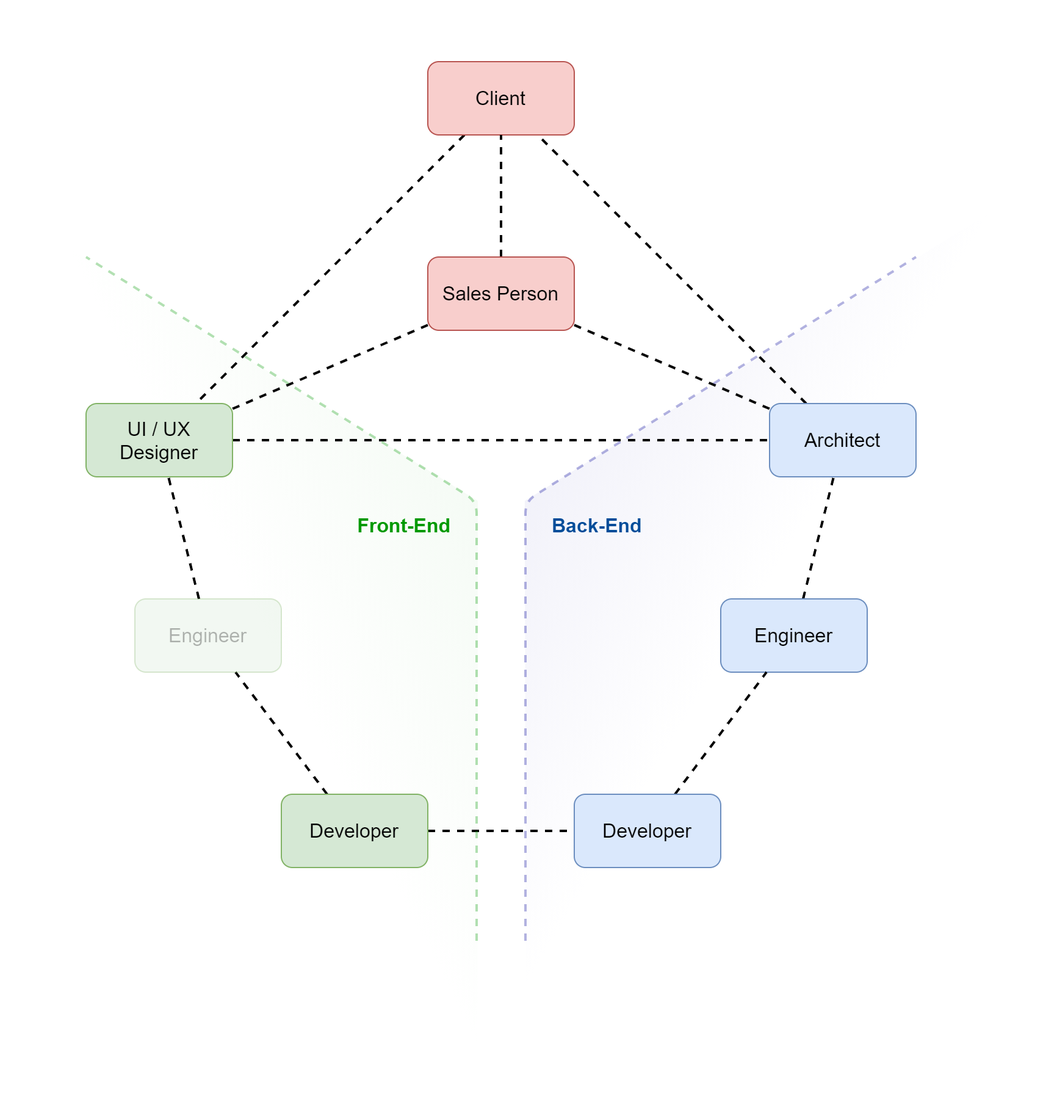
This is Backend & Frontend/relation.drawio.png from akinuri/notebook, a draw.io export, as it was before one commit. Source tidied: cells renumbered, new cells last; positions are measured from the earlier drawing's top-left corner, leaving out a move shared by most shapes. Its diagram source:
```xml
<mxGraphModel>
  <root>
    <mxCell id="0" />
    <mxCell id="1" parent="0" />
    <mxCell id="2" style="verticalLabelPosition=bottom;verticalAlign=top;html=1;shape=mxgraph.basic.acute_triangle;dx=0.46;fontSize=16;fontColor=#009900;opacity=5;rotation=-59;gradientColor=#ffffff;fillColor=#000099;strokeColor=none;" parent="1" vertex="1">
      <mxGeometry x="221" y="284" width="745" height="207.1" as="geometry" />
    </mxCell>
    <mxCell id="3" style="verticalLabelPosition=bottom;verticalAlign=top;html=1;shape=mxgraph.basic.acute_triangle;dx=0.46;fontSize=16;fontColor=#009900;opacity=4;rotation=62.8;gradientColor=#ffffff;strokeColor=none;flipV=0;flipH=0;fillColor=#009900;" parent="1" vertex="1">
      <mxGeometry y="330" width="745" height="207.1" as="geometry" />
    </mxCell>
    <mxCell id="4" style="edgeStyle=none;rounded=0;jettySize=auto;html=1;dashed=1;fontSize=16;fontColor=#009900;endArrow=none;endFill=0;strokeColor=#000000;strokeWidth=2;" parent="1" edge="1" source="5" target="13">
      <mxGeometry relative="1" as="geometry" />
    </mxCell>
    <mxCell id="5" value="Client" style="rounded=1;whiteSpace=wrap;html=1;fontSize=16;verticalAlign=middle;fillColor=#f8cecc;strokeColor=#b85450;" parent="1" vertex="1">
      <mxGeometry x="410" width="120" height="60" as="geometry" />
    </mxCell>
    <mxCell id="6" style="edgeStyle=none;rounded=0;jettySize=auto;html=1;dashed=1;fontSize=16;fontColor=#009900;endArrow=none;endFill=0;strokeColor=#000000;strokeWidth=2;" parent="1" edge="1" source="9" target="11">
      <mxGeometry relative="1" as="geometry" />
    </mxCell>
    <mxCell id="7" style="edgeStyle=none;rounded=0;jettySize=auto;html=1;dashed=1;fontSize=16;fontColor=#009900;endArrow=none;endFill=0;strokeColor=#000000;strokeWidth=2;" parent="1" edge="1" source="9" target="13">
      <mxGeometry relative="1" as="geometry" />
    </mxCell>
    <mxCell id="8" style="edgeStyle=none;rounded=0;jettySize=auto;html=1;dashed=1;fontSize=16;fontColor=#009900;endArrow=none;endFill=0;strokeColor=#000000;strokeWidth=2;" parent="1" edge="1" source="9" target="5">
      <mxGeometry relative="1" as="geometry" />
    </mxCell>
    <mxCell id="9" value="Sales Person" style="rounded=1;whiteSpace=wrap;html=1;fontSize=16;verticalAlign=middle;fillColor=#f8cecc;strokeColor=#b85450;" parent="1" vertex="1">
      <mxGeometry x="410" y="160" width="120" height="60" as="geometry" />
    </mxCell>
    <mxCell id="10" style="edgeStyle=none;rounded=0;jettySize=auto;html=1;dashed=1;fontSize=16;fontColor=#009900;endArrow=none;endFill=0;strokeColor=#000000;strokeWidth=2;" parent="1" edge="1" source="11" target="5">
      <mxGeometry relative="1" as="geometry" />
    </mxCell>
    <mxCell id="11" value="Architect" style="rounded=1;whiteSpace=wrap;html=1;fontSize=16;verticalAlign=middle;fillColor=#dae8fc;strokeColor=#6c8ebf;" parent="1" vertex="1">
      <mxGeometry x="690" y="280" width="120" height="60" as="geometry" />
    </mxCell>
    <mxCell id="12" style="edgeStyle=none;rounded=0;jettySize=auto;html=1;dashed=1;fontSize=16;fontColor=#009900;endArrow=none;endFill=0;strokeColor=#000000;strokeWidth=2;" parent="1" edge="1" source="13" target="11">
      <mxGeometry relative="1" as="geometry" />
    </mxCell>
    <mxCell id="13" value="UI / UX Designer" style="rounded=1;whiteSpace=wrap;html=1;fontSize=16;verticalAlign=middle;fillColor=#d5e8d4;strokeColor=#82b366;" parent="1" vertex="1">
      <mxGeometry x="130" y="280" width="120" height="60" as="geometry" />
    </mxCell>
    <mxCell id="14" style="rounded=0;jettySize=auto;html=1;dashed=1;fontSize=16;fontColor=#009900;endArrow=none;endFill=0;strokeWidth=2;" parent="1" edge="1" source="15" target="11">
      <mxGeometry relative="1" as="geometry" />
    </mxCell>
    <mxCell id="15" value="Engineer" style="rounded=1;whiteSpace=wrap;html=1;fontSize=16;verticalAlign=middle;fillColor=#dae8fc;strokeColor=#6c8ebf;" parent="1" vertex="1">
      <mxGeometry x="650" y="440" width="120" height="60" as="geometry" />
    </mxCell>
    <mxCell id="16" style="edgeStyle=none;rounded=0;jettySize=auto;html=1;dashed=1;fontSize=16;fontColor=#009900;endArrow=none;endFill=0;strokeWidth=2;" parent="1" edge="1" source="17" target="15">
      <mxGeometry relative="1" as="geometry" />
    </mxCell>
    <mxCell id="17" value="Developer" style="rounded=1;whiteSpace=wrap;html=1;fontSize=16;verticalAlign=middle;fillColor=#dae8fc;strokeColor=#6c8ebf;" parent="1" vertex="1">
      <mxGeometry x="530" y="600" width="120" height="60" as="geometry" />
    </mxCell>
    <mxCell id="18" style="edgeStyle=none;rounded=0;jettySize=auto;html=1;dashed=1;fontSize=16;fontColor=#009900;endArrow=none;endFill=0;strokeColor=#000000;strokeWidth=2;" parent="1" edge="1" source="20" target="17">
      <mxGeometry relative="1" as="geometry" />
    </mxCell>
    <mxCell id="19" style="edgeStyle=none;rounded=0;jettySize=auto;html=1;dashed=1;fontSize=16;fontColor=#009900;endArrow=none;endFill=0;strokeColor=#000000;strokeWidth=2;" parent="1" edge="1" source="20" target="26">
      <mxGeometry relative="1" as="geometry" />
    </mxCell>
    <mxCell id="20" value="Developer" style="rounded=1;whiteSpace=wrap;html=1;fontSize=16;verticalAlign=middle;fillColor=#d5e8d4;strokeColor=#82b366;" parent="1" vertex="1">
      <mxGeometry x="290" y="600" width="120" height="60" as="geometry" />
    </mxCell>
    <mxCell id="21" style="edgeStyle=none;rounded=0;jettySize=auto;html=1;dashed=1;fontSize=16;fontColor=#009900;endArrow=none;endFill=0;strokeColor=#000000;strokeWidth=2;" parent="1" edge="1" source="26" target="13">
      <mxGeometry relative="1" as="geometry" />
    </mxCell>
    <mxCell id="22" style="endArrow=none;html=1;dashed=1;opacity=30;strokeColor=#000099;strokeWidth=2;" parent="1" edge="1">
      <mxGeometry relative="1" as="geometry">
        <mxPoint x="490" y="720" as="sourcePoint" />
        <mxPoint x="810" y="160" as="targetPoint" />
        <Array as="points">
          <mxPoint x="490" y="360" />
        </Array>
      </mxGeometry>
    </mxCell>
    <mxCell id="23" style="endArrow=none;html=1;dashed=1;opacity=30;strokeColor=#009900;strokeWidth=2;" parent="1" edge="1">
      <mxGeometry relative="1" as="geometry">
        <mxPoint x="450" y="720" as="sourcePoint" />
        <mxPoint x="130" y="160" as="targetPoint" />
        <Array as="points">
          <mxPoint x="450" y="360" />
        </Array>
      </mxGeometry>
    </mxCell>
    <mxCell id="24" value="Back-End" style="text;html=1;align=left;verticalAlign=middle;strokeColor=none;fillColor=none;fontStyle=1;fontSize=16;fontColor=#004C99;" parent="1" vertex="1">
      <mxGeometry x="510" y="370" width="90" height="20" as="geometry" />
    </mxCell>
    <mxCell id="25" value="Front-End" style="text;html=1;align=right;verticalAlign=middle;strokeColor=none;fillColor=none;fontStyle=1;fontSize=16;fontColor=#009900;" parent="1" vertex="1">
      <mxGeometry x="340" y="370" width="90" height="20" as="geometry" />
    </mxCell>
    <mxCell id="26" value="Engineer" style="rounded=1;whiteSpace=wrap;html=1;fontSize=16;verticalAlign=middle;fillColor=#d5e8d4;strokeColor=#82b366;opacity=30;textOpacity=30;" parent="1" vertex="1">
      <mxGeometry x="170" y="440" width="120" height="60" as="geometry" />
    </mxCell>
  </root>
</mxGraphModel>
```
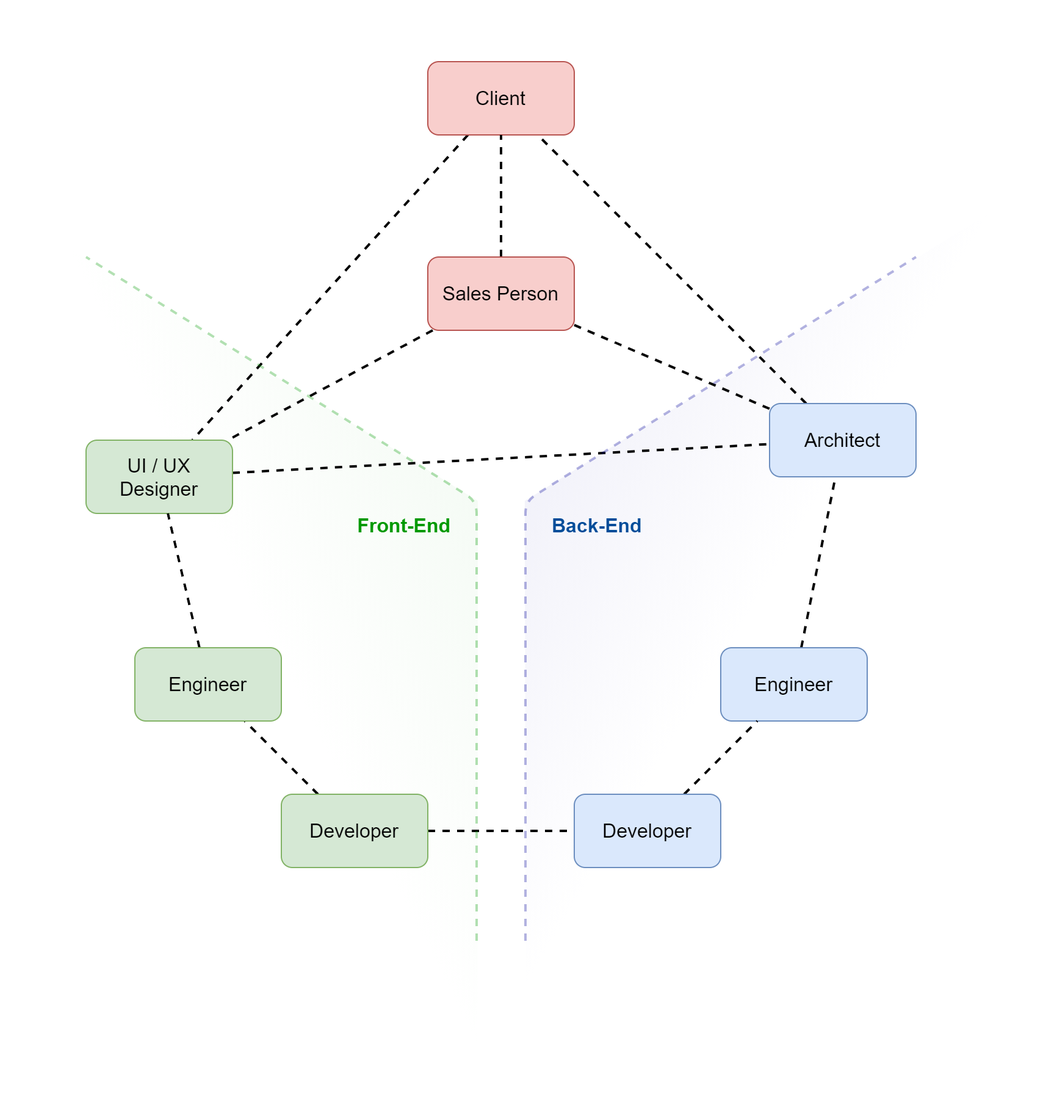
After the commit.

Diff of the diagram source:
```diff
@@ -36,13 +36,13 @@
       <mxGeometry relative="1" as="geometry" />
     </mxCell>
     <mxCell id="13" value="UI / UX Designer" style="rounded=1;whiteSpace=wrap;html=1;fontSize=16;verticalAlign=middle;fillColor=#d5e8d4;strokeColor=#82b366;" parent="1" vertex="1">
-      <mxGeometry x="130" y="280" width="120" height="60" as="geometry" />
+      <mxGeometry x="130" y="310" width="120" height="60" as="geometry" />
     </mxCell>
     <mxCell id="14" style="rounded=0;jettySize=auto;html=1;dashed=1;fontSize=16;fontColor=#009900;endArrow=none;endFill=0;strokeWidth=2;" parent="1" edge="1" source="15" target="11">
       <mxGeometry relative="1" as="geometry" />
     </mxCell>
     <mxCell id="15" value="Engineer" style="rounded=1;whiteSpace=wrap;html=1;fontSize=16;verticalAlign=middle;fillColor=#dae8fc;strokeColor=#6c8ebf;" parent="1" vertex="1">
-      <mxGeometry x="650" y="440" width="120" height="60" as="geometry" />
+      <mxGeometry x="650" y="480" width="120" height="60" as="geometry" />
     </mxCell>
     <mxCell id="16" style="edgeStyle=none;rounded=0;jettySize=auto;html=1;dashed=1;fontSize=16;fontColor=#009900;endArrow=none;endFill=0;strokeWidth=2;" parent="1" edge="1" source="17" target="15">
       <mxGeometry relative="1" as="geometry" />
@@ -86,8 +86,8 @@
     <mxCell id="25" value="Front-End" style="text;html=1;align=right;verticalAlign=middle;strokeColor=none;fillColor=none;fontStyle=1;fontSize=16;fontColor=#009900;" parent="1" vertex="1">
       <mxGeometry x="340" y="370" width="90" height="20" as="geometry" />
     </mxCell>
-    <mxCell id="26" value="Engineer" style="rounded=1;whiteSpace=wrap;html=1;fontSize=16;verticalAlign=middle;fillColor=#d5e8d4;strokeColor=#82b366;opacity=30;textOpacity=30;" parent="1" vertex="1">
-      <mxGeometry x="170" y="440" width="120" height="60" as="geometry" />
+    <mxCell id="26" value="Engineer" style="rounded=1;whiteSpace=wrap;html=1;fontSize=16;verticalAlign=middle;fillColor=#d5e8d4;strokeColor=#82b366;" parent="1" vertex="1">
+      <mxGeometry x="170" y="480" width="120" height="60" as="geometry" />
     </mxCell>
   </root>
 </mxGraphModel>
```
